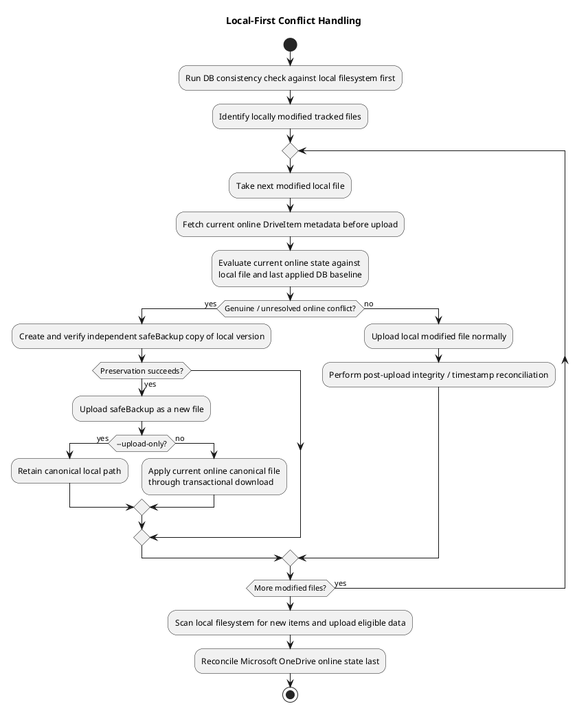
The PlantUML diagram docs/puml/conflict_handling_local-first_default.png in abraunegg/onedrive, before a commit. The source it was exported from:
```plantuml
@startuml
title Local-First Conflict Handling
start

:Run DB consistency check against local filesystem first;
:Identify locally modified tracked files;

repeat
  :Take next modified local file;
  :Fetch current online DriveItem metadata before upload;
  :Evaluate current online state against\nlocal file and last applied DB baseline;
  if (Genuine / unresolved online conflict?) then (yes)
    :Create and verify independent safeBackup copy of local version;
    if (Preservation succeeds?) then (yes)
      :Upload safeBackup as a new file;
      if (~--upload-only?) then (yes)
        :Retain canonical local path;
      else (no)
        :Apply current online canonical file\nthrough transactional download;
      endif
    endif
  else (no)
    :Upload local modified file normally;
    :Perform post-upload integrity / timestamp reconciliation;
  endif
repeat while (More modified files?) is (yes)

:Scan local filesystem for new items and upload eligible data;
:Reconcile Microsoft OneDrive online state last;
stop
@enduml
```
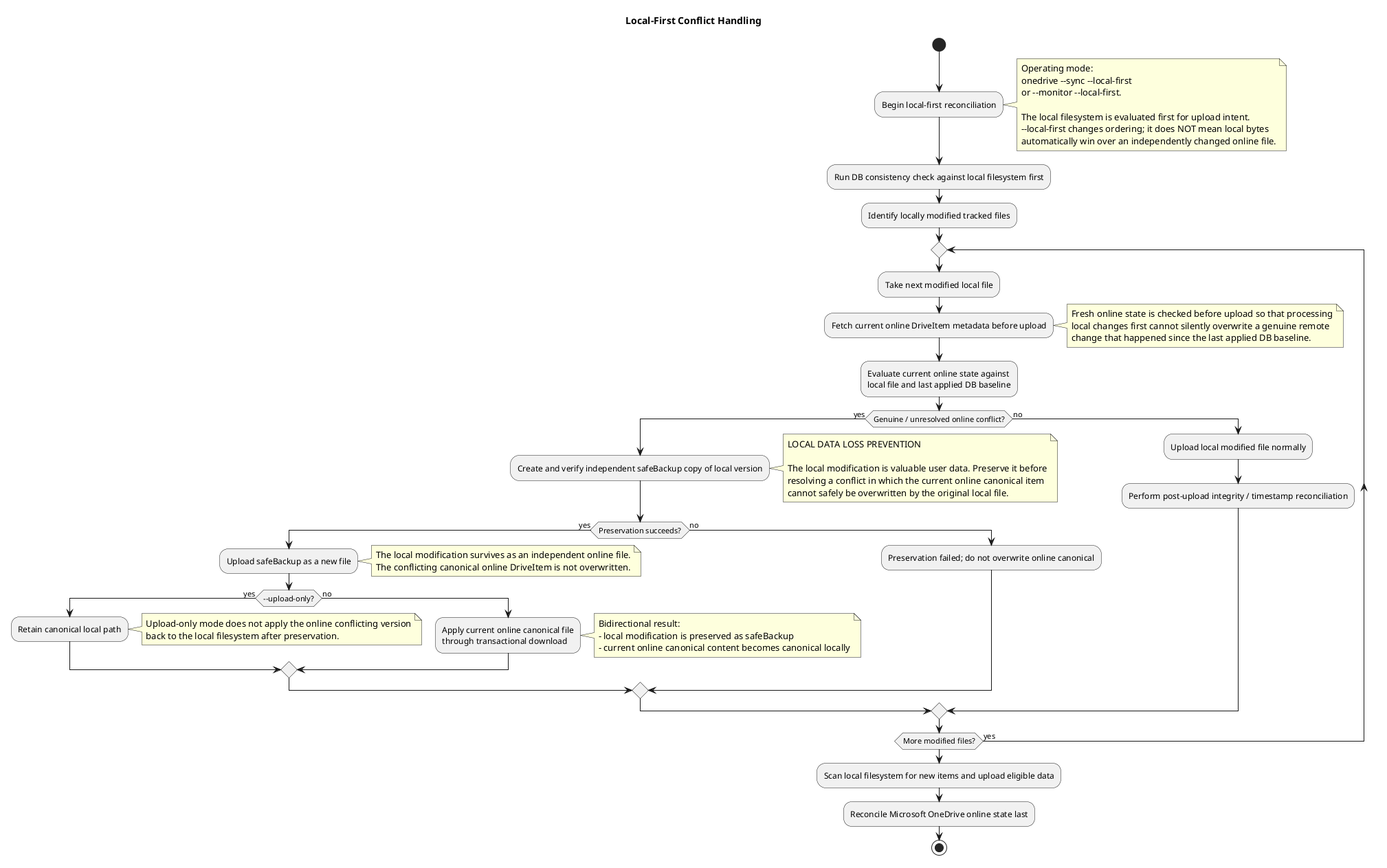
The same diagram one commit later.

The edit, as a diff of the source:
```diff
@@ -1,6 +1,17 @@
 @startuml
 title Local-First Conflict Handling
 start
+
+:Begin local-first reconciliation;
+note right
+  Operating mode:
+  onedrive ~--sync ~--local-first
+  or ~--monitor ~--local-first.
+
+  The local filesystem is evaluated first for upload intent.
+  ~--local-first changes ordering; it does NOT mean local bytes
+  automatically win over an independently changed online file.
+end note
 
 :Run DB consistency check against local filesystem first;
 :Identify locally modified tracked files;
@@ -8,16 +19,43 @@
 repeat
   :Take next modified local file;
   :Fetch current online DriveItem metadata before upload;
+  note right
+    Fresh online state is checked before upload so that processing
+    local changes first cannot silently overwrite a genuine remote
+    change that happened since the last applied DB baseline.
+  end note
   :Evaluate current online state against\nlocal file and last applied DB baseline;
   if (Genuine / unresolved online conflict?) then (yes)
     :Create and verify independent safeBackup copy of local version;
+    note right
+      LOCAL DATA LOSS PREVENTION
+
+      The local modification is valuable user data. Preserve it before
+      resolving a conflict in which the current online canonical item
+      cannot safely be overwritten by the original local file.
+    end note
     if (Preservation succeeds?) then (yes)
       :Upload safeBackup as a new file;
+      note right
+        The local modification survives as an independent online file.
+        The conflicting canonical online DriveItem is not overwritten.
+      end note
       if (~--upload-only?) then (yes)
         :Retain canonical local path;
+        note right
+          Upload-only mode does not apply the online conflicting version
+          back to the local filesystem after preservation.
+        end note
       else (no)
         :Apply current online canonical file\nthrough transactional download;
+        note right
+          Bidirectional result:
+          - local modification is preserved as safeBackup
+          - current online canonical content becomes canonical locally
+        end note
       endif
+    else (no)
+      :Preservation failed; do not overwrite online canonical;
     endif
   else (no)
     :Upload local modified file normally;
```
